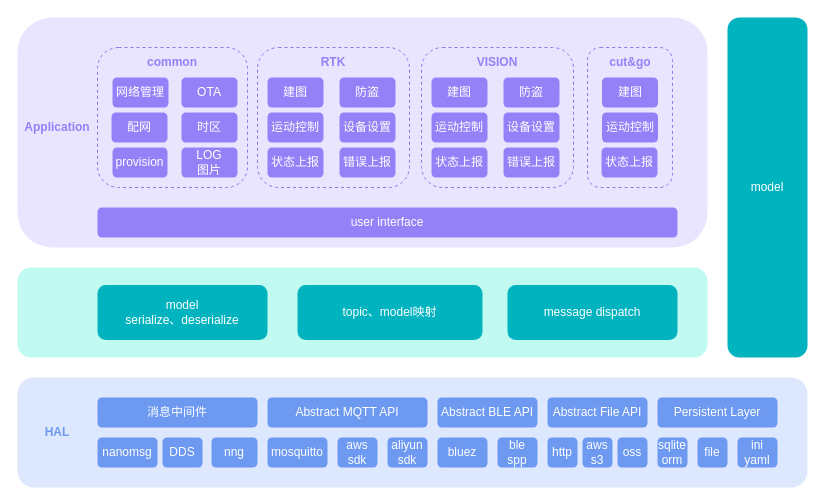
xunzhaoxusanduo/1-drawio keeps this draw.io diagram as 割草机.drawio. Above is the earlier version. Source tidied: cells renumbered, new cells numbered last; positions are measured from the earlier drawing's top-left corner, leaving out a move shared by most shapes. Both pictures are drawn from the tidied source at 100%, with x=0, y=0 at pixel (17, 17).
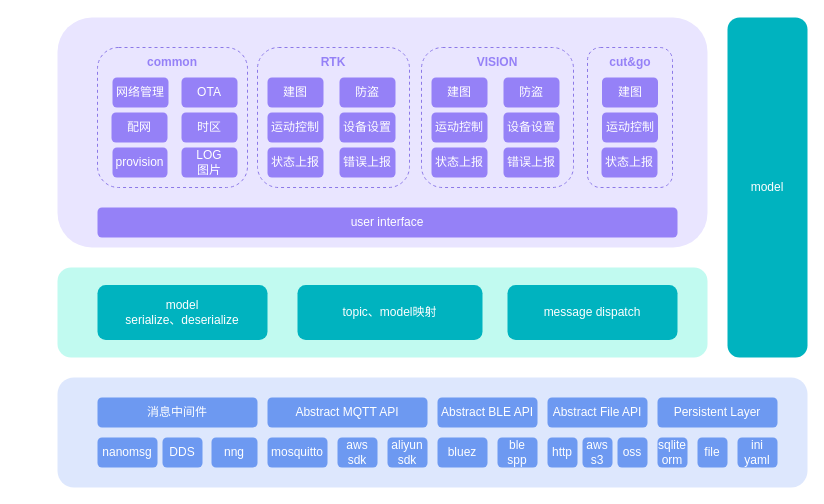
After the change.

Commit message:
更新割草机.drawio

Diff of the diagram source:
```diff
@@
     <mxCell id="2" style="rounded=1;whiteSpace=wrap;html=1;fillColor=#dde7fd;strokeColor=none;" parent="1" vertex="1">
-      <mxGeometry y="360" width="790" height="110" as="geometry" />
+      <mxGeometry x="40" y="360" width="750" height="110" as="geometry" />
     </mxCell>
@@
-    <mxCell id="10" value="HAL" style="text;html=1;strokeColor=none;fillColor=none;align=center;verticalAlign=middle;whiteSpace=wrap;rounded=0;fontColor=#6d99f1;fontStyle=1;" parent="1" vertex="1">
-      <mxGeometry x="5" y="400" width="70" height="30" as="geometry" />
-    </mxCell>
     <mxCell id="11" style="rounded=1;whiteSpace=wrap;html=1;fillColor=#c1faf0;strokeColor=none;" parent="1" vertex="1">
-      <mxGeometry y="250" width="690" height="90" as="geometry" />
+      <mxGeometry x="40" y="250" width="650" height="90" as="geometry" />
     </mxCell>
@@
     <mxCell id="15" style="rounded=1;whiteSpace=wrap;html=1;fillColor=#e9e5ff;strokeColor=none;" parent="1" vertex="1">
-      <mxGeometry width="690" height="230" as="geometry" />
+      <mxGeometry x="40" width="650" height="230" as="geometry" />
     </mxCell>
@@
-    <mxCell id="60" value="Application" style="text;html=1;strokeColor=none;fillColor=none;align=center;verticalAlign=middle;whiteSpace=wrap;rounded=0;fontColor=#9581f7;fontStyle=1;" parent="1" vertex="1">
-      <mxGeometry x="10" y="95" width="60" height="30" as="geometry" />
-    </mxCell>
```
